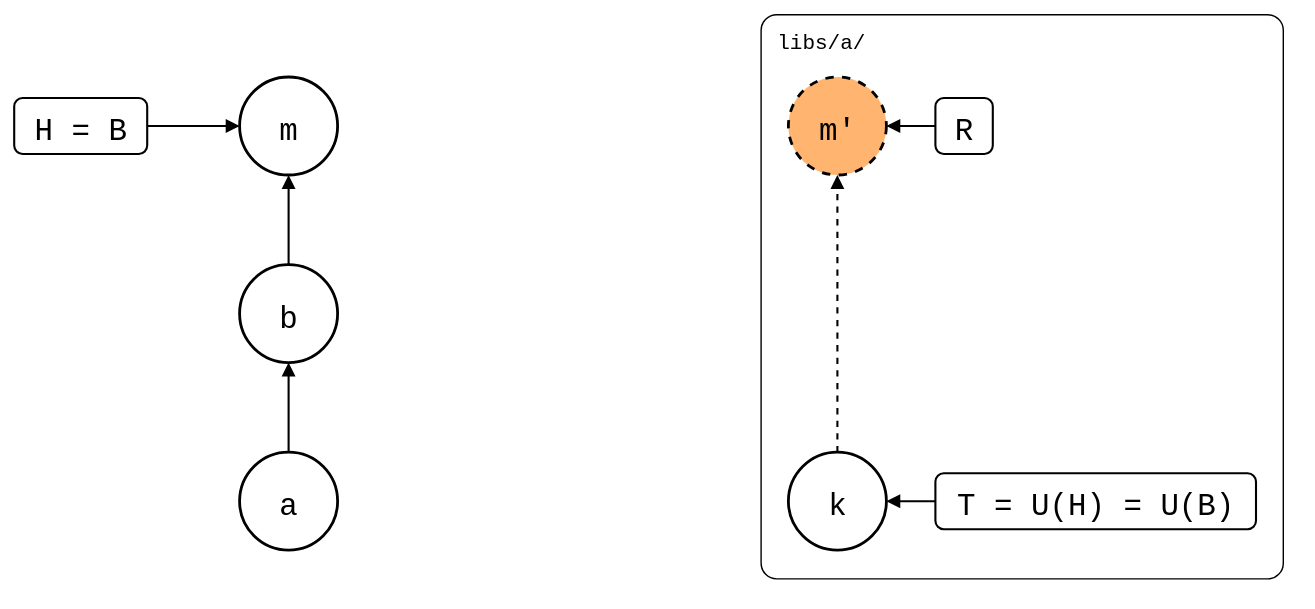
This is test/scenarios/07-moved-folders/01-moved-with-unpushed-commits/moved-with-unpushed-commits.drawio.svg from roschaefer/git-splice, a draw.io export, as it was before one commit. Source tidied: cells renumbered, new cells last; positions are measured from the earlier drawing's top-left corner, leaving out a move shared by most shapes. Source of this version:
```xml
<mxGraphModel background="#ffffff">
  <root>
    <mxCell id="0" />
    <mxCell id="1" parent="0" />
    <mxCell id="2" value="libs/a/" style="rounded=1;arcSize=3;fillColor=none;strokeWidth=1;fontSize=15;verticalAlign=top;align=left;spacingLeft=10;spacingTop=4;fontFamily=Roboto Mono,monospace;" parent="1" vertex="1">
      <mxGeometry x="533" width="373" height="403" as="geometry" />
    </mxCell>
    <mxCell id="3" value="a" style="ellipse;strokeWidth=2;fontSize=22;fontFamily=Roboto Mono,monospace;" parent="1" vertex="1">
      <mxGeometry x="161" y="313" width="70" height="70" as="geometry" />
    </mxCell>
    <mxCell id="4" value="b" style="ellipse;strokeWidth=2;fontSize=22;fontFamily=Roboto Mono,monospace;" parent="1" vertex="1">
      <mxGeometry x="161" y="179" width="70" height="70" as="geometry" />
    </mxCell>
    <mxCell id="5" value="m" style="ellipse;strokeWidth=2;fontSize=22;fontFamily=Roboto Mono,monospace;" parent="1" vertex="1">
      <mxGeometry x="161" y="45" width="70" height="70" as="geometry" />
    </mxCell>
    <mxCell id="6" value="k" style="ellipse;strokeWidth=2;fontSize=22;fontFamily=Roboto Mono,monospace;" parent="1" vertex="1">
      <mxGeometry x="553" y="313" width="70" height="70" as="geometry" />
    </mxCell>
    <mxCell id="7" value="m'" style="ellipse;strokeWidth=2;fontSize=22;fontFamily=Roboto Mono,monospace;dashed=1;fillColor=#FFB570;" parent="1" vertex="1">
      <mxGeometry x="553" y="45" width="70" height="70" as="geometry" />
    </mxCell>
    <mxCell id="8" value="H = B" style="rounded=1;strokeWidth=1.5;fontSize=22;fontFamily=Roboto Mono,monospace;" parent="1" vertex="1">
      <mxGeometry y="60" width="95" height="40" as="geometry" />
    </mxCell>
    <mxCell id="9" style="endArrow=block;endFill=1;html=1;strokeWidth=1.5;rounded=0;" parent="1" edge="1" source="8" target="5">
      <mxGeometry relative="1" as="geometry" />
    </mxCell>
    <mxCell id="10" value="T = U(H) = U(B)" style="rounded=1;strokeWidth=1.5;fontSize=22;fontFamily=Roboto Mono,monospace;" parent="1" vertex="1">
      <mxGeometry x="658" y="328" width="229" height="40" as="geometry" />
    </mxCell>
    <mxCell id="11" style="endArrow=block;endFill=1;html=1;strokeWidth=1.5;rounded=0;" parent="1" edge="1" source="10" target="6">
      <mxGeometry relative="1" as="geometry" />
    </mxCell>
    <mxCell id="12" value="R" style="rounded=1;strokeWidth=1.5;fontSize=22;fontFamily=Roboto Mono,monospace;" parent="1" vertex="1">
      <mxGeometry x="658" y="60" width="41" height="40" as="geometry" />
    </mxCell>
    <mxCell id="13" style="endArrow=block;endFill=1;html=1;strokeWidth=1.5;rounded=0;" parent="1" edge="1" source="12" target="7">
      <mxGeometry relative="1" as="geometry" />
    </mxCell>
    <mxCell id="14" style="endArrow=block;endFill=1;html=1;strokeWidth=1.5;rounded=0;" parent="1" edge="1" source="3" target="4">
      <mxGeometry relative="1" as="geometry" />
    </mxCell>
    <mxCell id="15" style="endArrow=block;endFill=1;html=1;strokeWidth=1.5;rounded=0;" parent="1" edge="1" source="4" target="5">
      <mxGeometry relative="1" as="geometry" />
    </mxCell>
    <mxCell id="16" style="endArrow=block;endFill=1;html=1;strokeWidth=1.5;rounded=0;dashed=1;" parent="1" edge="1" source="6" target="7">
      <mxGeometry relative="1" as="geometry" />
    </mxCell>
  </root>
</mxGraphModel>
```
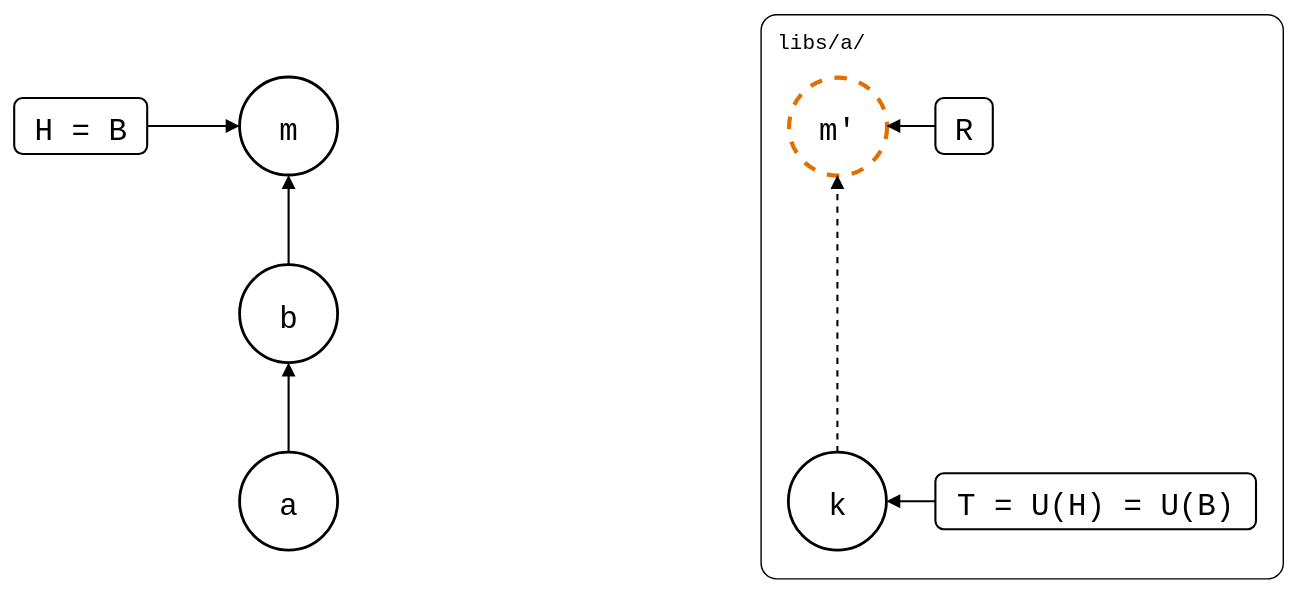
Above is the later version.

The edit, as a diff of the source:
```diff
@@ -17,7 +17,7 @@
     <mxCell id="6" value="k" style="ellipse;strokeWidth=2;fontSize=22;fontFamily=Roboto Mono,monospace;" parent="1" vertex="1">
       <mxGeometry x="553" y="313" width="70" height="70" as="geometry" />
     </mxCell>
-    <mxCell id="7" value="m'" style="ellipse;strokeWidth=2;fontSize=22;fontFamily=Roboto Mono,monospace;dashed=1;fillColor=#FFB570;" parent="1" vertex="1">
+    <mxCell id="7" value="m'" style="ellipse;fontSize=22;fontFamily=Roboto Mono,monospace;dashed=1;strokeColor=#E07000;strokeWidth=3;" parent="1" vertex="1">
       <mxGeometry x="553" y="45" width="70" height="70" as="geometry" />
     </mxCell>
     <mxCell id="8" value="H = B" style="rounded=1;strokeWidth=1.5;fontSize=22;fontFamily=Roboto Mono,monospace;" parent="1" vertex="1">
```
